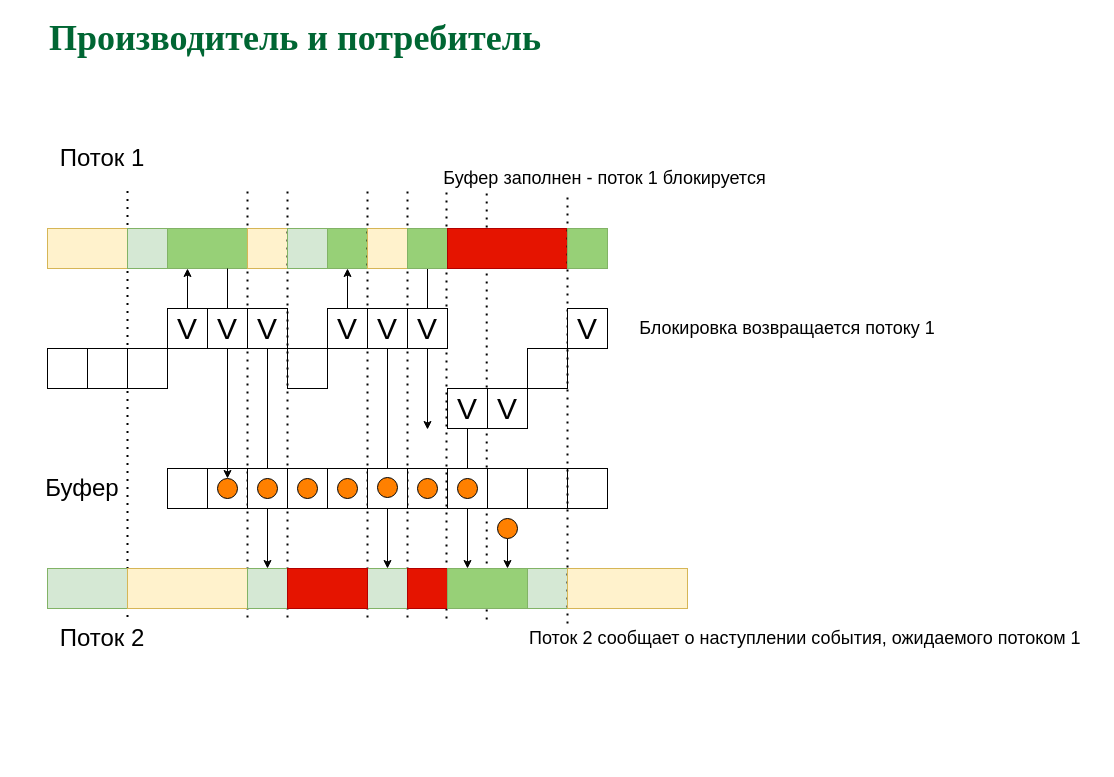
This is page "ProCon - Pro locks" (5 of 7) of sync.drawio from 77maxikov/os_course, a draw.io file, before an edit. Source tidied: cells renumbered, new cells numbered last; positions are measured from the earlier drawing's top-left corner, leaving out a move shared by most shapes. Both pictures are drawn from the tidied source at 100%, with x=0, y=0 at pixel (17, 28).
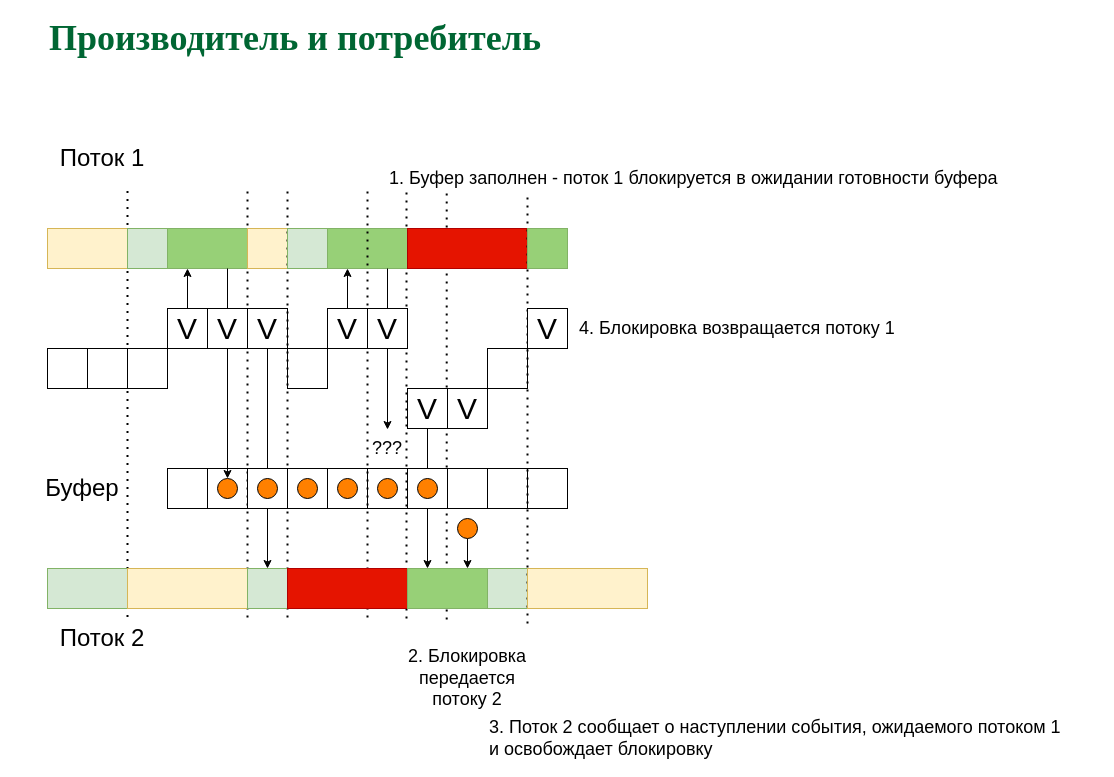
The same diagram, later.

Change to the diagram source:
```diff
@@
     <mxCell id="2" style="endArrow=none;dashed=1;html=1;dashPattern=1 3;strokeWidth=2;" parent="1" edge="1">
       <mxGeometry relative="1" as="geometry">
-        <mxPoint x="469.2" y="591" as="sourcePoint" />
-        <mxPoint x="469.2" y="161" as="targetPoint" />
+        <mxPoint x="429.2" y="591" as="sourcePoint" />
+        <mxPoint x="429.2" y="161" as="targetPoint" />
       </mxGeometry>
     </mxCell>
     <mxCell id="3" style="endArrow=none;dashed=1;html=1;dashPattern=1 3;strokeWidth=2;" parent="1" edge="1">
       <mxGeometry relative="1" as="geometry">
-        <mxPoint x="429" y="590" as="sourcePoint" />
-        <mxPoint x="429" y="160" as="targetPoint" />
+        <mxPoint x="389" y="590" as="sourcePoint" />
+        <mxPoint x="389" y="160" as="targetPoint" />
       </mxGeometry>
     </mxCell>
@@
-    <mxCell id="6" style="endArrow=none;dashed=1;html=1;dashPattern=1 3;strokeWidth=2;" parent="1" edge="1">
-      <mxGeometry relative="1" as="geometry">
-        <mxPoint x="390" y="589" as="sourcePoint" />
-        <mxPoint x="390" y="159" as="targetPoint" />
-      </mxGeometry>
-    </mxCell>
@@
     <mxCell id="35" style="rounded=0;whiteSpace=wrap;html=1;strokeColor=#82b366;fillColor=#97D077;" parent="1" vertex="1">
-      <mxGeometry x="310" y="200" width="40" height="40" as="geometry" />
+      <mxGeometry x="310" y="200" width="80" height="40" as="geometry" />
     </mxCell>
@@
     <mxCell id="38" style="group;" parent="1" vertex="1">
-      <mxGeometry x="390" y="440" width="40" height="40" as="geometry" />
+      <mxGeometry x="350" y="440" width="40" height="40" as="geometry" />
     </mxCell>
@@
-    <mxCell id="42" style="rounded=0;whiteSpace=wrap;html=1;fillColor=#d5e8d4;strokeColor=#82b366;" parent="1" vertex="1">
-      <mxGeometry x="350" y="540" width="40" height="40" as="geometry" />
-    </mxCell>
@@
-    <mxCell id="47" value="&lt;font style=&quot;font-size: 30px&quot;&gt;V&lt;/font&gt;" style="whiteSpace=wrap;html=1;" parent="1" vertex="1">
-      <mxGeometry x="350" y="280" width="40" height="40" as="geometry" />
-    </mxCell>
-    <mxCell id="48" style="endArrow=classic;html=1;exitX=0.5;exitY=1;exitDx=0;exitDy=0;entryX=0.5;entryY=0;entryDx=0;entryDy=0;" parent="1" edge="1" source="47" target="42">
-      <mxGeometry relative="1" as="geometry" />
-    </mxCell>
@@
-    <mxCell id="51" style="endArrow=classic;html=1;exitX=0.5;exitY=1;exitDx=0;exitDy=0;" parent="1" edge="1" source="63">
+    <mxCell id="51" style="endArrow=classic;html=1;exitX=0.5;exitY=1;exitDx=0;exitDy=0;" parent="1" edge="1">
       <mxGeometry relative="1" as="geometry">
-        <mxPoint x="410" y="401" as="targetPoint" />
+        <mxPoint x="370" y="240" as="sourcePoint" />
+        <mxPoint x="370" y="401" as="targetPoint" />
       </mxGeometry>
     </mxCell>
@@
     <mxCell id="56" style="rounded=0;whiteSpace=wrap;html=1;fillColor=#e51400;strokeColor=#B20000;fontColor=#ffffff;" parent="1" vertex="1">
-      <mxGeometry x="270" y="540" width="80" height="40" as="geometry" />
+      <mxGeometry x="270" y="540" width="120" height="40" as="geometry" />
     </mxCell>
@@
-    <mxCell id="58" style="rounded=0;whiteSpace=wrap;html=1;fontColor=#006633;" parent="1" vertex="1">
-      <mxGeometry x="350" y="440" width="40" height="40" as="geometry" />
-    </mxCell>
-    <mxCell id="59" style="rounded=0;whiteSpace=wrap;html=1;fillColor=#e51400;strokeColor=#B20000;fontColor=#ffffff;" parent="1" vertex="1">
-      <mxGeometry x="390" y="540" width="40" height="40" as="geometry" />
-    </mxCell>
@@
-    <mxCell id="61" style="ellipse;whiteSpace=wrap;html=1;fillColor=#FF8000;" parent="1" vertex="1">
-      <mxGeometry x="360" y="449" width="20" height="20" as="geometry" />
-    </mxCell>
-    <mxCell id="62" style="rounded=0;whiteSpace=wrap;html=1;fillColor=#fff2cc;strokeColor=#d6b656;" parent="1" vertex="1">
-      <mxGeometry x="350" y="200" width="40" height="40" as="geometry" />
-    </mxCell>
-    <mxCell id="63" style="rounded=0;whiteSpace=wrap;html=1;strokeColor=#82b366;fillColor=#97D077;" parent="1" vertex="1">
-      <mxGeometry x="390" y="200" width="40" height="40" as="geometry" />
-    </mxCell>
-    <mxCell id="64" value="&lt;span style=&quot;font-size: 18px&quot;&gt;Буфер заполнен - поток 1 блокируется&amp;nbsp;&lt;/span&gt;" style="text;html=1;strokeColor=none;fillColor=none;align=center;verticalAlign=middle;whiteSpace=wrap;rounded=0;" parent="1" vertex="1">
-      <mxGeometry x="410" y="140" width="360" height="20" as="geometry" />
+    <mxCell id="64" value="&lt;span style=&quot;font-size: 18px&quot;&gt;1. Буфер заполнен - поток 1 блокируется в ожидании готовности буфера&lt;/span&gt;" style="text;html=1;strokeColor=none;fillColor=none;align=left;verticalAlign=middle;whiteSpace=wrap;rounded=0;" parent="1" vertex="1">
+      <mxGeometry x="370" y="140" width="630" height="20" as="geometry" />
     </mxCell>
     <mxCell id="65" value="&lt;font style=&quot;font-size: 30px&quot;&gt;V&lt;/font&gt;" style="whiteSpace=wrap;html=1;" parent="1" vertex="1">
-      <mxGeometry x="390" y="280" width="40" height="40" as="geometry" />
+      <mxGeometry x="350" y="280" width="40" height="40" as="geometry" />
     </mxCell>
     <mxCell id="66" value="&lt;font style=&quot;font-size: 30px&quot;&gt;V&lt;/font&gt;" style="whiteSpace=wrap;html=1;" parent="1" vertex="1">
-      <mxGeometry x="430" y="360" width="40" height="40" as="geometry" />
+      <mxGeometry x="390" y="360" width="40" height="40" as="geometry" />
     </mxCell>
     <mxCell id="67" style="endArrow=classic;html=1;exitX=0.5;exitY=1;exitDx=0;exitDy=0;" parent="1" edge="1" source="66">
       <mxGeometry relative="1" as="geometry">
-        <mxPoint x="450" y="540" as="targetPoint" />
+        <mxPoint x="410" y="540" as="targetPoint" />
       </mxGeometry>
     </mxCell>
     <mxCell id="68" style="rounded=0;whiteSpace=wrap;html=1;fillColor=#e51400;strokeColor=#B20000;fontColor=#ffffff;" parent="1" vertex="1">
-      <mxGeometry x="430" y="200" width="120" height="40" as="geometry" />
+      <mxGeometry x="390" y="200" width="120" height="40" as="geometry" />
     </mxCell>
     <mxCell id="69" style="group;" parent="1" vertex="1">
-      <mxGeometry x="430" y="440" width="40" height="40" as="geometry" />
+      <mxGeometry x="390" y="440" width="40" height="40" as="geometry" />
     </mxCell>
@@
     <mxCell id="74" style="rounded=0;whiteSpace=wrap;html=1;strokeColor=#82b366;fillColor=#97D077;" parent="1" vertex="1">
-      <mxGeometry x="430" y="540" width="80" height="40" as="geometry" />
+      <mxGeometry x="390" y="540" width="80" height="40" as="geometry" />
     </mxCell>
     <mxCell id="75" style="ellipse;whiteSpace=wrap;html=1;fillColor=#FF8000;" parent="1" vertex="1">
-      <mxGeometry x="480" y="490" width="20" height="20" as="geometry" />
+      <mxGeometry x="440" y="490" width="20" height="20" as="geometry" />
     </mxCell>
     <mxCell id="76" style="rounded=0;whiteSpace=wrap;html=1;fillColor=none;fontColor=#006633;" parent="1" vertex="1">
-      <mxGeometry x="470" y="440" width="40" height="40" as="geometry" />
+      <mxGeometry x="430" y="440" width="40" height="40" as="geometry" />
     </mxCell>
     <mxCell id="77" value="&lt;font style=&quot;font-size: 30px&quot;&gt;V&lt;/font&gt;" style="whiteSpace=wrap;html=1;" parent="1" vertex="1">
-      <mxGeometry x="470" y="360" width="40" height="40" as="geometry" />
+      <mxGeometry x="430" y="360" width="40" height="40" as="geometry" />
     </mxCell>
     <mxCell id="78" style="rounded=0;whiteSpace=wrap;html=1;fillColor=#d5e8d4;strokeColor=#82b366;" parent="1" vertex="1">
-      <mxGeometry x="510" y="540" width="40" height="40" as="geometry" />
+      <mxGeometry x="470" y="540" width="40" height="40" as="geometry" />
     </mxCell>
     <mxCell id="79" style="rounded=0;whiteSpace=wrap;html=1;fillColor=none;fontColor=#006633;" parent="1" vertex="1">
-      <mxGeometry x="510" y="320" width="40" height="40" as="geometry" />
+      <mxGeometry x="470" y="320" width="40" height="40" as="geometry" />
     </mxCell>
     <mxCell id="80" style="endArrow=none;dashed=1;html=1;dashPattern=1 3;strokeWidth=2;" parent="1" edge="1">
       <mxGeometry relative="1" as="geometry">
-        <mxPoint x="550" y="595" as="sourcePoint" />
-        <mxPoint x="550" y="165" as="targetPoint" />
+        <mxPoint x="510" y="595" as="sourcePoint" />
+        <mxPoint x="510" y="165" as="targetPoint" />
       </mxGeometry>
     </mxCell>
     <mxCell id="81" value="&lt;font style=&quot;font-size: 30px&quot;&gt;V&lt;/font&gt;" style="whiteSpace=wrap;html=1;" parent="1" vertex="1">
-      <mxGeometry x="550" y="280" width="40" height="40" as="geometry" />
+      <mxGeometry x="510" y="280" width="40" height="40" as="geometry" />
     </mxCell>
     <mxCell id="82" style="rounded=0;whiteSpace=wrap;html=1;strokeColor=#82b366;fillColor=#97D077;" parent="1" vertex="1">
-      <mxGeometry x="550" y="200" width="40" height="40" as="geometry" />
+      <mxGeometry x="510" y="200" width="40" height="40" as="geometry" />
     </mxCell>
-    <mxCell id="83" value="&lt;span style=&quot;font-size: 18px&quot;&gt;Блокировка возвращается потоку 1&lt;/span&gt;" style="text;html=1;strokeColor=none;fillColor=none;align=center;verticalAlign=middle;whiteSpace=wrap;rounded=0;" parent="1" vertex="1">
-      <mxGeometry x="590" y="290" width="360" height="20" as="geometry" />
+    <mxCell id="83" value="&lt;span style=&quot;font-size: 18px&quot;&gt;4. Блокировка возвращается потоку 1&lt;/span&gt;" style="text;html=1;strokeColor=none;fillColor=none;align=left;verticalAlign=middle;whiteSpace=wrap;rounded=0;" parent="1" vertex="1">
+      <mxGeometry x="560" y="290" width="360" height="20" as="geometry" />
     </mxCell>
     <mxCell id="84" style="rounded=0;whiteSpace=wrap;html=1;fillColor=none;fontColor=#006633;" parent="1" vertex="1">
-      <mxGeometry x="510" y="440" width="40" height="40" as="geometry" />
+      <mxGeometry x="470" y="440" width="40" height="40" as="geometry" />
     </mxCell>
     <mxCell id="85" style="rounded=0;whiteSpace=wrap;html=1;fillColor=none;fontColor=#006633;" parent="1" vertex="1">
-      <mxGeometry x="550" y="440" width="40" height="40" as="geometry" />
+      <mxGeometry x="510" y="440" width="40" height="40" as="geometry" />
     </mxCell>
     <mxCell id="86" style="rounded=0;whiteSpace=wrap;html=1;fillColor=#fff2cc;strokeColor=#d6b656;" parent="1" vertex="1">
-      <mxGeometry x="550" y="540" width="120" height="40" as="geometry" />
+      <mxGeometry x="510" y="540" width="120" height="40" as="geometry" />
     </mxCell>
-    <mxCell id="87" value="&lt;span style=&quot;font-size: 18px&quot;&gt;Поток 2 сообщает о наступлении события, ожидаемого потоком 1&lt;/span&gt;" style="text;html=1;strokeColor=none;fillColor=none;align=left;verticalAlign=middle;whiteSpace=wrap;rounded=0;" parent="1" vertex="1">
-      <mxGeometry x="510" y="600" width="570" height="20" as="geometry" />
+    <mxCell id="87" value="&lt;span style=&quot;font-size: 18px&quot;&gt;3. Поток 2 сообщает о наступлении события, ожидаемого потоком 1 и освобождает блокировку&lt;/span&gt;" style="text;html=1;strokeColor=none;fillColor=none;align=left;verticalAlign=middle;whiteSpace=wrap;rounded=0;" parent="1" vertex="1">
+      <mxGeometry x="470" y="700" width="580" height="20" as="geometry" />
     </mxCell>
+    <mxCell id="88" value="&lt;span style=&quot;font-size: 18px&quot;&gt;2. Блокировка передается потоку 2&lt;/span&gt;" style="text;html=1;strokeColor=none;fillColor=none;align=center;verticalAlign=middle;whiteSpace=wrap;rounded=0;" parent="1" vertex="1">
+      <mxGeometry x="375" y="640" width="150" height="20" as="geometry" />
+    </mxCell>
+    <mxCell id="89" value="&lt;span style=&quot;font-size: 18px&quot;&gt;???&lt;/span&gt;" style="text;html=1;strokeColor=none;fillColor=none;align=center;verticalAlign=middle;whiteSpace=wrap;rounded=0;" parent="1" vertex="1">
+      <mxGeometry x="350" y="410" width="40" height="20" as="geometry" />
+    </mxCell>
```
